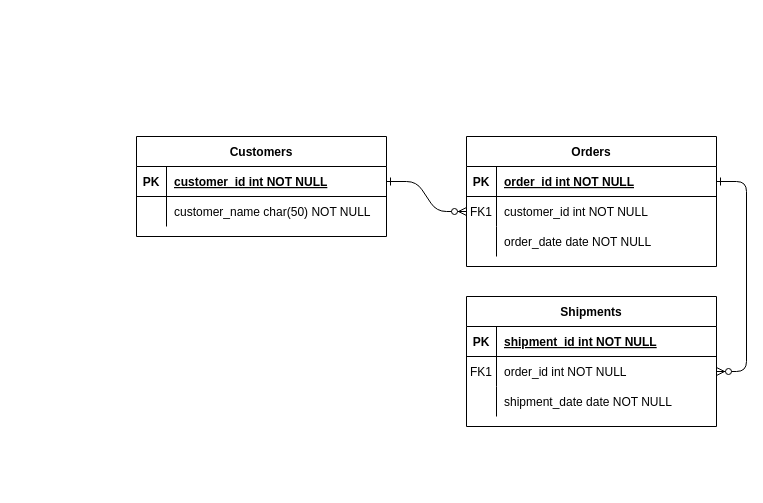
Above: Diagrama sin título.drawio in danir-dev/ejemplo (draw.io), before the change. Source tidied: cells renumbered, new cells numbered last; positions are measured from the earlier drawing's top-left corner, leaving out a move shared by most shapes. Both pictures are drawn from the tidied source at 100%, with x=0, y=0 at pixel (136, 136).
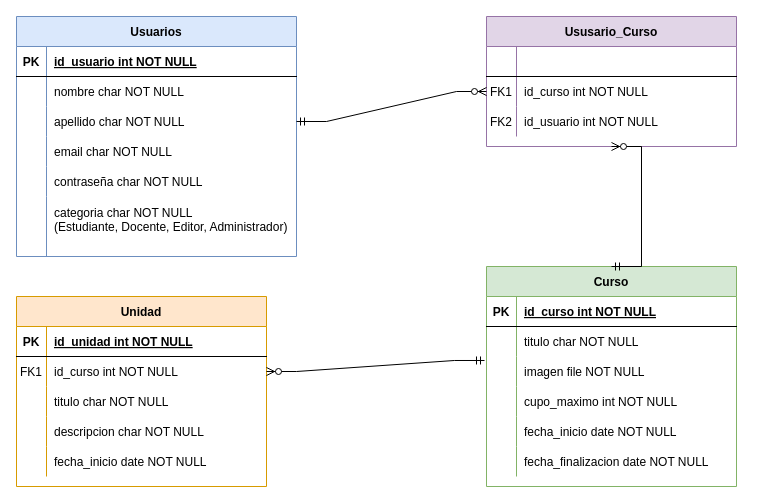
The same page after the edit.

The change refers to these unchanged cells:
```xml
<mxCell id="15" style="shape=partialRectangle;fillColor=none;top=0;left=0;right=0;bottom=1;" parent="14" vertex="1">
  <mxGeometry y="30" width="250" height="30" as="geometry" />
</mxCell>
<mxCell id="18" style="shape=partialRectangle;fillColor=none;points=[[0,0.5],[1,0.5]];portConstraint=eastwest;top=0;left=0;right=0;bottom=0;" parent="14" vertex="1">
  <mxGeometry y="60" width="250" height="30" as="geometry" />
</mxCell>
<mxCell id="21" style="shape=partialRectangle;fillColor=none;top=0;left=0;right=0;bottom=0;" parent="14" vertex="1">
  <mxGeometry y="90" width="250" height="30" as="geometry" />
</mxCell>
```

What changed in the source:
```diff
@@
-    <mxCell id="2" style="edgeStyle=entityRelationEdgeStyle;endArrow=ERzeroToMany;startArrow=ERone;endFill=1;startFill=0;" parent="1" edge="1" source="25" target="8">
-      <mxGeometry relative="1" as="geometry" />
-    </mxCell>
-    <mxCell id="3" style="edgeStyle=entityRelationEdgeStyle;endArrow=ERzeroToMany;startArrow=ERone;endFill=1;startFill=0;" parent="1" edge="1" source="5" target="18">
-      <mxGeometry relative="1" as="geometry" />
-    </mxCell>
-    <mxCell id="4" value="Orders" style="shape=table;startSize=30;childLayout=tableLayout;rowLines=0;fontStyle=1;align=center;" parent="1" vertex="1">
-      <mxGeometry x="330" width="250" height="130" as="geometry" />
+    <mxCell id="4" value="Usuarios" style="shape=table;startSize=30;childLayout=tableLayout;rowLines=0;fontStyle=1;align=center;fillColor=#dae8fc;strokeColor=#6c8ebf;" parent="1" vertex="1">
+      <mxGeometry x="-120" y="-120" width="280" height="240" as="geometry" />
     </mxCell>
     <mxCell id="5" style="shape=partialRectangle;fillColor=none;points=[[0,0.5],[1,0.5]];portConstraint=eastwest;top=0;left=0;right=0;bottom=1;" parent="4" vertex="1">
-      <mxGeometry y="30" width="250" height="30" as="geometry" />
+      <mxGeometry y="30" width="280" height="30" as="geometry" />
     </mxCell>
@@
-    <mxCell id="7" value="order_id int NOT NULL " style="shape=partialRectangle;overflow=hidden;fillColor=none;top=0;left=0;bottom=0;right=0;align=left;spacingLeft=6;fontStyle=5;" parent="5" vertex="1">
-      <mxGeometry x="30" width="220" height="30" as="geometry" />
+    <mxCell id="7" value="id_usuario int NOT NULL " style="shape=partialRectangle;overflow=hidden;fillColor=none;top=0;left=0;bottom=0;right=0;align=left;spacingLeft=6;fontStyle=5;" parent="5" vertex="1">
+      <mxGeometry x="30" width="250" height="30" as="geometry" />
     </mxCell>
     <mxCell id="8" style="shape=partialRectangle;fillColor=none;points=[[0,0.5],[1,0.5]];portConstraint=eastwest;top=0;left=0;right=0;bottom=0;" parent="4" vertex="1">
-      <mxGeometry y="60" width="250" height="30" as="geometry" />
+      <mxGeometry y="60" width="280" height="30" as="geometry" />
     </mxCell>
-    <mxCell id="9" value="FK1" style="shape=partialRectangle;overflow=hidden;fillColor=none;top=0;left=0;bottom=0;right=0;" parent="8" vertex="1">
+    <mxCell id="9" style="shape=partialRectangle;overflow=hidden;fillColor=none;top=0;left=0;bottom=0;right=0;" parent="8" vertex="1">
       <mxGeometry width="30" height="30" as="geometry" />
     </mxCell>
-    <mxCell id="10" value="customer_id int NOT NULL" style="shape=partialRectangle;overflow=hidden;fillColor=none;top=0;left=0;bottom=0;right=0;align=left;spacingLeft=6;" parent="8" vertex="1">
-      <mxGeometry x="30" width="220" height="30" as="geometry" />
+    <mxCell id="10" value="nombre char NOT NULL" style="shape=partialRectangle;overflow=hidden;fillColor=none;top=0;left=0;bottom=0;right=0;align=left;spacingLeft=6;" parent="8" vertex="1">
+      <mxGeometry x="30" width="250" height="30" as="geometry" />
     </mxCell>
     <mxCell id="11" style="shape=partialRectangle;fillColor=none;points=[[0,0.5],[1,0.5]];portConstraint=eastwest;top=0;left=0;right=0;bottom=0;" parent="4" vertex="1">
-      <mxGeometry y="90" width="250" height="30" as="geometry" />
+      <mxGeometry y="90" width="280" height="30" as="geometry" />
     </mxCell>
@@
-    <mxCell id="13" value="order_date date NOT NULL" style="shape=partialRectangle;overflow=hidden;fillColor=none;top=0;left=0;bottom=0;right=0;align=left;spacingLeft=6;" parent="11" vertex="1">
-      <mxGeometry x="30" width="220" height="30" as="geometry" />
+    <mxCell id="13" value="apellido char NOT NULL" style="shape=partialRectangle;overflow=hidden;fillColor=none;top=0;left=0;bottom=0;right=0;align=left;spacingLeft=6;" parent="11" vertex="1">
+      <mxGeometry x="30" width="250" height="30" as="geometry" />
     </mxCell>
+    <mxCell id="31" style="shape=partialRectangle;fillColor=none;top=0;left=0;right=0;bottom=0;" parent="4" vertex="1">
+      <mxGeometry y="120" width="280" height="30" as="geometry" />
+    </mxCell>
+    <mxCell id="32" style="shape=partialRectangle;overflow=hidden;fillColor=none;top=0;left=0;bottom=0;right=0;" parent="31" vertex="1">
+      <mxGeometry width="30" height="30" as="geometry" />
+    </mxCell>
+    <mxCell id="33" value="email char NOT NULL" style="shape=partialRectangle;overflow=hidden;fillColor=none;top=0;left=0;bottom=0;right=0;align=left;spacingLeft=6;" parent="31" vertex="1">
+      <mxGeometry x="30" width="250" height="30" as="geometry" />
+    </mxCell>
+    <mxCell id="34" style="shape=partialRectangle;fillColor=none;top=0;left=0;right=0;bottom=0;" parent="4" vertex="1">
+      <mxGeometry y="150" width="280" height="30" as="geometry" />
+    </mxCell>
+    <mxCell id="35" style="shape=partialRectangle;overflow=hidden;fillColor=none;top=0;left=0;bottom=0;right=0;" parent="34" vertex="1">
+      <mxGeometry width="30" height="30" as="geometry" />
+    </mxCell>
+    <mxCell id="36" value="contraseña char NOT NULL" style="shape=partialRectangle;overflow=hidden;fillColor=none;top=0;left=0;bottom=0;right=0;align=left;spacingLeft=6;" parent="34" vertex="1">
+      <mxGeometry x="30" width="250" height="30" as="geometry" />
+    </mxCell>
+    <mxCell id="37" style="shape=partialRectangle;fillColor=none;top=0;left=0;right=0;bottom=0;" parent="4" vertex="1">
+      <mxGeometry y="180" width="280" height="60" as="geometry" />
+    </mxCell>
+    <mxCell id="38" style="shape=partialRectangle;overflow=hidden;fillColor=none;top=0;left=0;bottom=0;right=0;" parent="37" vertex="1">
+      <mxGeometry width="30" height="60" as="geometry" />
+    </mxCell>
+    <mxCell id="39" value="categoria char NOT NULL&#10;(Estudiante, Docente, Editor, Administrador)&#10;" style="shape=partialRectangle;overflow=hidden;fillColor=none;top=0;left=0;bottom=0;right=0;align=left;spacingLeft=6;" parent="37" vertex="1">
+      <mxGeometry x="30" width="250" height="60" as="geometry" />
+    </mxCell>
-    <mxCell id="14" value="Shipments" style="shape=table;startSize=30;childLayout=tableLayout;rowLines=0;fontStyle=1;align=center;" parent="1" vertex="1">
-      <mxGeometry x="330" y="160" width="250" height="130" as="geometry" />
+    <mxCell id="14" value="Unidad" style="shape=table;startSize=30;childLayout=tableLayout;rowLines=0;fontStyle=1;align=center;fillColor=#ffe6cc;strokeColor=#d79b00;" parent="1" vertex="1">
+      <mxGeometry x="-120" y="160" width="250" height="190" as="geometry" />
     </mxCell>
@@
-    <mxCell id="17" value="shipment_id int NOT NULL " style="shape=partialRectangle;overflow=hidden;fillColor=none;top=0;left=0;bottom=0;right=0;align=left;spacingLeft=6;fontStyle=5;" parent="15" vertex="1">
+    <mxCell id="17" value="id_unidad int NOT NULL " style="shape=partialRectangle;overflow=hidden;fillColor=none;top=0;left=0;bottom=0;right=0;align=left;spacingLeft=6;fontStyle=5;" parent="15" vertex="1">
       <mxGeometry x="30" width="220" height="30" as="geometry" />
     </mxCell>
@@
-    <mxCell id="20" value="order_id int NOT NULL" style="shape=partialRectangle;overflow=hidden;fillColor=none;top=0;left=0;bottom=0;right=0;align=left;spacingLeft=6;" parent="18" vertex="1">
+    <mxCell id="20" value="id_curso int NOT NULL" style="shape=partialRectangle;overflow=hidden;fillColor=none;top=0;left=0;bottom=0;right=0;align=left;spacingLeft=6;" parent="18" vertex="1">
       <mxGeometry x="30" width="220" height="30" as="geometry" />
     </mxCell>
@@
-    <mxCell id="23" value="shipment_date date NOT NULL" style="shape=partialRectangle;overflow=hidden;fillColor=none;top=0;left=0;bottom=0;right=0;align=left;spacingLeft=6;" parent="21" vertex="1">
+    <mxCell id="23" value="titulo char NOT NULL" style="shape=partialRectangle;overflow=hidden;fillColor=none;top=0;left=0;bottom=0;right=0;align=left;spacingLeft=6;" parent="21" vertex="1">
       <mxGeometry x="30" width="220" height="30" as="geometry" />
     </mxCell>
-    <mxCell id="24" value="Customers" style="shape=table;startSize=30;childLayout=tableLayout;rowLines=0;fontStyle=1;align=center;" parent="1" vertex="1">
-      <mxGeometry width="250" height="100" as="geometry" />
-    </mxCell>
-    <mxCell id="25" style="shape=partialRectangle;fillColor=none;points=[[0,0.5],[1,0.5]];portConstraint=eastwest;top=0;left=0;right=0;bottom=1;" parent="24" vertex="1">
-      <mxGeometry y="30" width="250" height="30" as="geometry" />
-    </mxCell>
+    <mxCell id="40" style="shape=partialRectangle;fillColor=none;top=0;left=0;right=0;bottom=0;" parent="14" vertex="1">
+      <mxGeometry y="120" width="250" height="30" as="geometry" />
+    </mxCell>
+    <mxCell id="41" style="shape=partialRectangle;overflow=hidden;fillColor=none;top=0;left=0;bottom=0;right=0;" parent="40" vertex="1">
+      <mxGeometry width="30" height="30" as="geometry" />
+    </mxCell>
+    <mxCell id="42" value="descripcion char NOT NULL" style="shape=partialRectangle;overflow=hidden;fillColor=none;top=0;left=0;bottom=0;right=0;align=left;spacingLeft=6;" parent="40" vertex="1">
+      <mxGeometry x="30" width="220" height="30" as="geometry" />
+    </mxCell>
+    <mxCell id="43" style="shape=partialRectangle;fillColor=none;top=0;left=0;right=0;bottom=0;" parent="14" vertex="1">
+      <mxGeometry y="150" width="250" height="30" as="geometry" />
+    </mxCell>
+    <mxCell id="44" style="shape=partialRectangle;overflow=hidden;fillColor=none;top=0;left=0;bottom=0;right=0;" parent="43" vertex="1">
+      <mxGeometry width="30" height="30" as="geometry" />
+    </mxCell>
+    <mxCell id="45" value="fecha_inicio date NOT NULL" style="shape=partialRectangle;overflow=hidden;fillColor=none;top=0;left=0;bottom=0;right=0;align=left;spacingLeft=6;" parent="43" vertex="1">
+      <mxGeometry x="30" width="220" height="30" as="geometry" />
+    </mxCell>
+    <mxCell id="46" value="Curso" style="shape=table;startSize=30;childLayout=tableLayout;rowLines=0;fontStyle=1;align=center;fillColor=#d5e8d4;strokeColor=#82b366;" parent="1" vertex="1">
+      <mxGeometry x="350" y="130" width="250" height="220" as="geometry" />
+    </mxCell>
+    <mxCell id="47" style="shape=partialRectangle;fillColor=none;top=0;left=0;right=0;bottom=1;" parent="46" vertex="1">
+      <mxGeometry y="30" width="250" height="30" as="geometry" />
+    </mxCell>
-    <mxCell id="26" value="PK" style="shape=partialRectangle;overflow=hidden;fillColor=none;top=0;left=0;bottom=0;right=0;fontStyle=1;" parent="25" vertex="1">
+    <mxCell id="26" value="PK" style="shape=partialRectangle;overflow=hidden;fillColor=none;top=0;left=0;bottom=0;right=0;fontStyle=1;" parent="47" vertex="1">
       <mxGeometry width="30" height="30" as="geometry" />
     </mxCell>
-    <mxCell id="27" value="customer_id int NOT NULL " style="shape=partialRectangle;overflow=hidden;fillColor=none;top=0;left=0;bottom=0;right=0;align=left;spacingLeft=6;fontStyle=5;" parent="25" vertex="1">
-      <mxGeometry x="30" width="220" height="30" as="geometry" />
-    </mxCell>
-    <mxCell id="28" style="shape=partialRectangle;fillColor=none;top=0;left=0;right=0;bottom=0;" parent="24" vertex="1">
-      <mxGeometry y="60" width="250" height="30" as="geometry" />
-    </mxCell>
-    <mxCell id="29" style="shape=partialRectangle;overflow=hidden;fillColor=none;top=0;left=0;bottom=0;right=0;" parent="28" vertex="1">
-      <mxGeometry width="30" height="30" as="geometry" />
-    </mxCell>
-    <mxCell id="30" value="customer_name char(50) NOT NULL" style="shape=partialRectangle;overflow=hidden;fillColor=none;top=0;left=0;bottom=0;right=0;align=left;spacingLeft=6;" parent="28" vertex="1">
-      <mxGeometry x="30" width="220" height="30" as="geometry" />
-    </mxCell>
+    <mxCell id="48" value="id_curso int NOT NULL " style="shape=partialRectangle;overflow=hidden;fillColor=none;top=0;left=0;bottom=0;right=0;align=left;spacingLeft=6;fontStyle=5;" parent="47" vertex="1">
+      <mxGeometry x="30" width="220" height="30" as="geometry" />
+    </mxCell>
+    <mxCell id="49" style="shape=partialRectangle;fillColor=none;top=0;left=0;right=0;bottom=0;" parent="46" vertex="1">
+      <mxGeometry y="60" width="250" height="30" as="geometry" />
+    </mxCell>
+    <mxCell id="50" style="shape=partialRectangle;overflow=hidden;fillColor=none;top=0;left=0;bottom=0;right=0;" parent="49" vertex="1">
+      <mxGeometry width="30" height="30" as="geometry" />
+    </mxCell>
+    <mxCell id="51" value="titulo char NOT NULL" style="shape=partialRectangle;overflow=hidden;fillColor=none;top=0;left=0;bottom=0;right=0;align=left;spacingLeft=6;" parent="49" vertex="1">
+      <mxGeometry x="30" width="220" height="30" as="geometry" />
+    </mxCell>
+    <mxCell id="52" style="shape=partialRectangle;fillColor=none;points=[[0,0.5],[1,0.5]];portConstraint=eastwest;top=0;left=0;right=0;bottom=0;" parent="46" vertex="1">
+      <mxGeometry y="90" width="250" height="30" as="geometry" />
+    </mxCell>
+    <mxCell id="53" style="shape=partialRectangle;overflow=hidden;fillColor=none;top=0;left=0;bottom=0;right=0;" parent="52" vertex="1">
+      <mxGeometry width="30" height="30" as="geometry" />
+    </mxCell>
+    <mxCell id="54" value="imagen file NOT NULL" style="shape=partialRectangle;overflow=hidden;fillColor=none;top=0;left=0;bottom=0;right=0;align=left;spacingLeft=6;" parent="52" vertex="1">
+      <mxGeometry x="30" width="220" height="30" as="geometry" />
+    </mxCell>
+    <mxCell id="55" style="shape=partialRectangle;fillColor=none;top=0;left=0;right=0;bottom=0;" parent="46" vertex="1">
+      <mxGeometry y="120" width="250" height="30" as="geometry" />
+    </mxCell>
+    <mxCell id="56" style="shape=partialRectangle;overflow=hidden;fillColor=none;top=0;left=0;bottom=0;right=0;" parent="55" vertex="1">
+      <mxGeometry width="30" height="30" as="geometry" />
+    </mxCell>
+    <mxCell id="57" value="cupo_maximo int NOT NULL" style="shape=partialRectangle;overflow=hidden;fillColor=none;top=0;left=0;bottom=0;right=0;align=left;spacingLeft=6;" parent="55" vertex="1">
+      <mxGeometry x="30" width="220" height="30" as="geometry" />
+    </mxCell>
+    <mxCell id="58" style="shape=partialRectangle;fillColor=none;top=0;left=0;right=0;bottom=0;" parent="46" vertex="1">
+      <mxGeometry y="150" width="250" height="30" as="geometry" />
+    </mxCell>
+    <mxCell id="59" style="shape=partialRectangle;overflow=hidden;fillColor=none;top=0;left=0;bottom=0;right=0;" parent="58" vertex="1">
+      <mxGeometry width="30" height="30" as="geometry" />
+    </mxCell>
+    <mxCell id="60" value="fecha_inicio date NOT NULL" style="shape=partialRectangle;overflow=hidden;fillColor=none;top=0;left=0;bottom=0;right=0;align=left;spacingLeft=6;" parent="58" vertex="1">
+      <mxGeometry x="30" width="220" height="30" as="geometry" />
+    </mxCell>
+    <mxCell id="61" style="shape=partialRectangle;fillColor=none;top=0;left=0;right=0;bottom=0;" parent="46" vertex="1">
+      <mxGeometry y="180" width="250" height="30" as="geometry" />
+    </mxCell>
+    <mxCell id="62" style="shape=partialRectangle;overflow=hidden;fillColor=none;top=0;left=0;bottom=0;right=0;" parent="61" vertex="1">
+      <mxGeometry width="30" height="30" as="geometry" />
+    </mxCell>
+    <mxCell id="63" value="fecha_finalizacion date NOT NULL" style="shape=partialRectangle;overflow=hidden;fillColor=none;top=0;left=0;bottom=0;right=0;align=left;spacingLeft=6;" parent="61" vertex="1">
+      <mxGeometry x="30" width="220" height="30" as="geometry" />
+    </mxCell>
+    <mxCell id="64" value="Ususario_Curso" style="shape=table;startSize=30;childLayout=tableLayout;rowLines=0;fontStyle=1;align=center;fillColor=#e1d5e7;strokeColor=#9673a6;" parent="1" vertex="1">
+      <mxGeometry x="350" y="-120" width="250" height="130" as="geometry" />
+    </mxCell>
+    <mxCell id="65" style="shape=partialRectangle;fillColor=none;top=0;left=0;right=0;bottom=1;" parent="64" vertex="1">
+      <mxGeometry y="30" width="250" height="30" as="geometry" />
+    </mxCell>
+    <mxCell id="66" style="shape=partialRectangle;overflow=hidden;fillColor=none;top=0;left=0;bottom=0;right=0;fontStyle=1;" parent="65" vertex="1">
+      <mxGeometry width="30" height="30" as="geometry" />
+    </mxCell>
+    <mxCell id="67" style="shape=partialRectangle;overflow=hidden;fillColor=none;top=0;left=0;bottom=0;right=0;align=left;spacingLeft=6;fontStyle=5;" parent="65" vertex="1">
+      <mxGeometry x="30" width="220" height="30" as="geometry" />
+    </mxCell>
+    <mxCell id="68" style="shape=partialRectangle;fillColor=none;points=[[0,0.5],[1,0.5]];portConstraint=eastwest;top=0;left=0;right=0;bottom=0;" parent="64" vertex="1">
+      <mxGeometry y="60" width="250" height="30" as="geometry" />
+    </mxCell>
+    <mxCell id="69" value="FK1" style="shape=partialRectangle;overflow=hidden;fillColor=none;top=0;left=0;bottom=0;right=0;" parent="68" vertex="1">
+      <mxGeometry width="30" height="30" as="geometry" />
+    </mxCell>
+    <mxCell id="70" value="id_curso int NOT NULL" style="shape=partialRectangle;overflow=hidden;fillColor=none;top=0;left=0;bottom=0;right=0;align=left;spacingLeft=6;" parent="68" vertex="1">
+      <mxGeometry x="30" width="220" height="30" as="geometry" />
+    </mxCell>
+    <mxCell id="71" style="shape=partialRectangle;fillColor=none;top=0;left=0;right=0;bottom=0;" parent="64" vertex="1">
+      <mxGeometry y="90" width="250" height="30" as="geometry" />
+    </mxCell>
+    <mxCell id="72" value="FK2" style="shape=partialRectangle;overflow=hidden;fillColor=none;top=0;left=0;bottom=0;right=0;" parent="71" vertex="1">
+      <mxGeometry width="30" height="30" as="geometry" />
+    </mxCell>
+    <mxCell id="73" value="id_usuario int NOT NULL" style="shape=partialRectangle;overflow=hidden;fillColor=none;top=0;left=0;bottom=0;right=0;align=left;spacingLeft=6;" parent="71" vertex="1">
+      <mxGeometry x="30" width="220" height="30" as="geometry" />
+    </mxCell>
+    <mxCell id="74" style="edgeStyle=entityRelationEdgeStyle;fontSize=12;html=1;endArrow=ERzeroToMany;startArrow=ERmandOne;rounded=0;entryX=0;entryY=0.5;entryDx=0;entryDy=0;" parent="1" edge="1" source="11" target="68">
+      <mxGeometry relative="1" as="geometry" />
+    </mxCell>
+    <mxCell id="75" style="edgeStyle=entityRelationEdgeStyle;fontSize=12;html=1;endArrow=ERzeroToMany;startArrow=ERmandOne;rounded=0;exitX=-0.008;exitY=0.133;exitDx=0;exitDy=0;exitPerimeter=0;entryX=1;entryY=0.5;entryDx=0;entryDy=0;" parent="1" edge="1" source="52" target="18">
+      <mxGeometry relative="1" as="geometry" />
+    </mxCell>
+    <mxCell id="76" style="edgeStyle=entityRelationEdgeStyle;fontSize=12;html=1;endArrow=ERzeroToMany;startArrow=ERmandOne;rounded=0;entryX=0.5;entryY=1;entryDx=0;entryDy=0;exitX=0.5;exitY=0;exitDx=0;exitDy=0;" parent="1" edge="1" source="46" target="64">
+      <mxGeometry relative="1" as="geometry" />
+    </mxCell>
```
